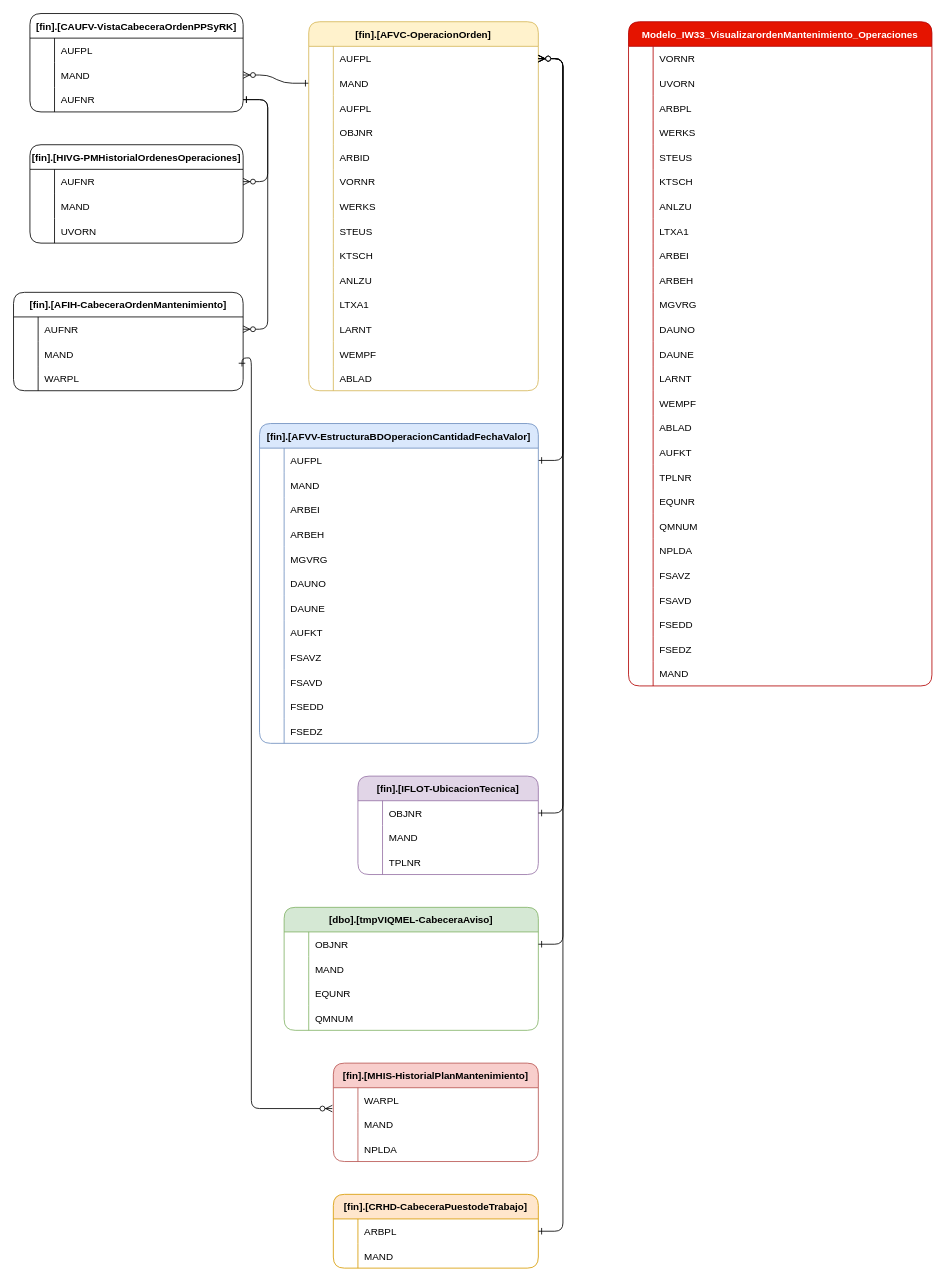
Before: IW33_original.drawio in ale230131/ale230131, a draw.io diagram. Source tidied: cells renumbered, new cells numbered last; positions are measured from the earlier drawing's top-left corner, leaving out a move shared by most shapes. Both pictures are drawn from the tidied source at 82%, with x=0, y=0 at pixel (13, 13).
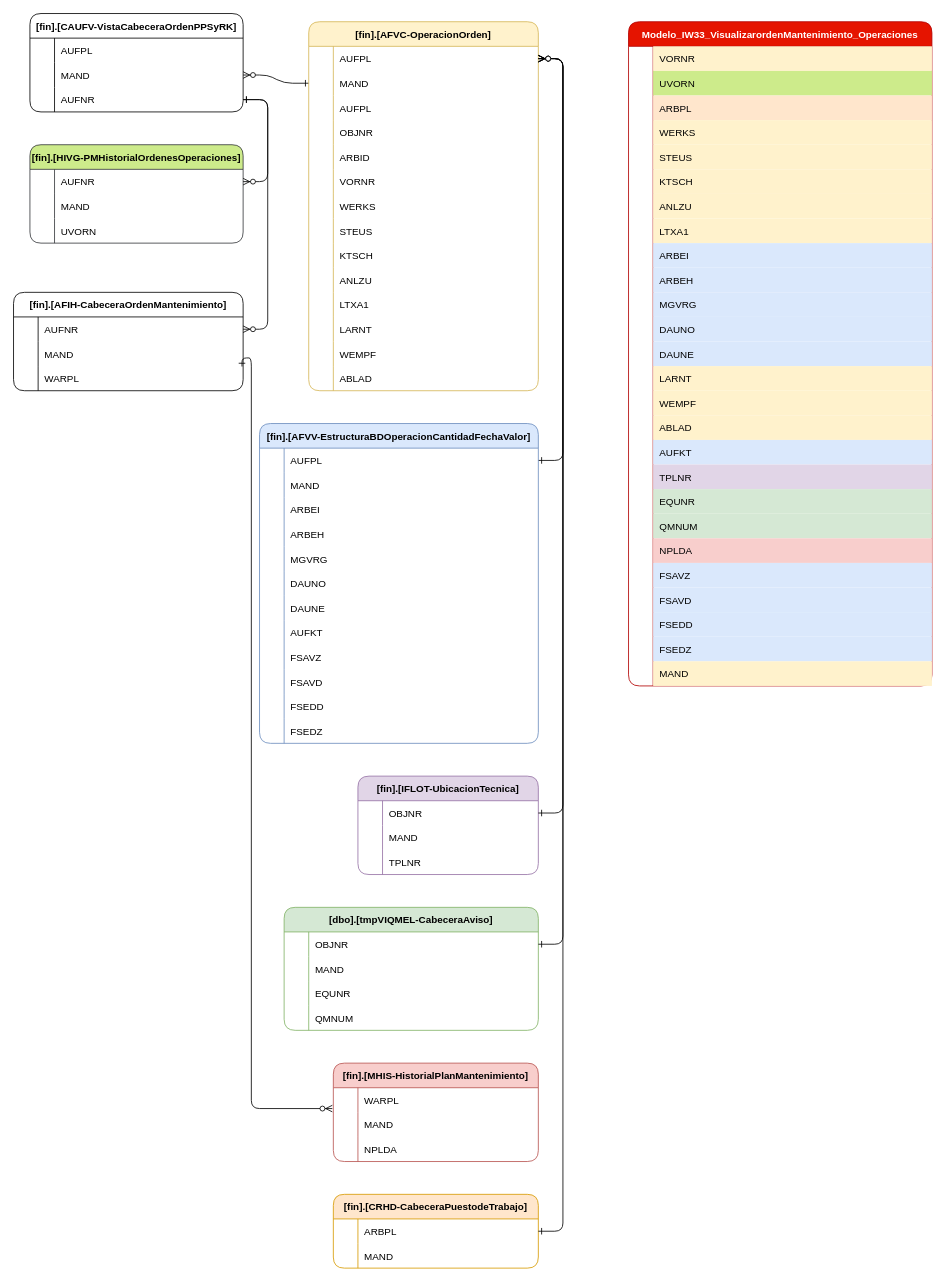
The same page after the edit.

The change refers to these unchanged cells:
```xml
<mxCell id="5" style="shape=tableRow;horizontal=0;startSize=0;swimlaneHead=0;swimlaneBody=0;fillColor=none;strokeColor=inherit;top=0;left=0;right=0;bottom=0;" parent="4" vertex="1">
<mxCell id="8" style="shape=tableRow;horizontal=0;startSize=0;swimlaneHead=0;swimlaneBody=0;fillColor=none;strokeColor=inherit;top=0;left=0;right=0;bottom=0;" parent="4" vertex="1">
<mxCell id="11" style="shape=tableRow;horizontal=0;startSize=0;swimlaneHead=0;swimlaneBody=0;fillColor=none;strokeColor=inherit;top=0;left=0;right=0;bottom=0;" parent="4" vertex="1">
<mxCell id="14" style="shape=tableRow;horizontal=0;startSize=0;swimlaneHead=0;swimlaneBody=0;fillColor=none;strokeColor=inherit;top=0;left=0;right=0;bottom=0;" parent="4" vertex="1">
<mxCell id="17" style="shape=tableRow;horizontal=0;startSize=0;swimlaneHead=0;swimlaneBody=0;fillColor=none;strokeColor=inherit;top=0;left=0;right=0;bottom=0;" parent="4" vertex="1">
<mxCell id="20" style="shape=tableRow;horizontal=0;startSize=0;swimlaneHead=0;swimlaneBody=0;fillColor=none;strokeColor=inherit;top=0;left=0;right=0;bottom=0;" parent="4" vertex="1">
<mxCell id="23" style="shape=tableRow;horizontal=0;startSize=0;swimlaneHead=0;swimlaneBody=0;fillColor=none;strokeColor=inherit;top=0;left=0;right=0;bottom=0;" parent="4" vertex="1">
<mxCell id="26" style="shape=tableRow;horizontal=0;startSize=0;swimlaneHead=0;swimlaneBody=0;fillColor=none;strokeColor=inherit;top=0;left=0;right=0;bottom=0;" parent="4" vertex="1">
<mxCell id="29" style="shape=tableRow;horizontal=0;startSize=0;swimlaneHead=0;swimlaneBody=0;fillColor=none;strokeColor=inherit;top=0;left=0;right=0;bottom=0;" parent="4" vertex="1">
<mxCell id="32" style="shape=tableRow;horizontal=0;startSize=0;swimlaneHead=0;swimlaneBody=0;fillColor=none;strokeColor=inherit;top=0;left=0;right=0;bottom=0;" parent="4" vertex="1">
<mxCell id="35" style="shape=tableRow;horizontal=0;startSize=0;swimlaneHead=0;swimlaneBody=0;fillColor=none;strokeColor=inherit;top=0;left=0;right=0;bottom=0;" parent="4" vertex="1">
<mxCell id="38" style="shape=tableRow;horizontal=0;startSize=0;swimlaneHead=0;swimlaneBody=0;fillColor=none;strokeColor=inherit;top=0;left=0;right=0;bottom=0;" parent="4" vertex="1">
<mxCell id="41" style="shape=tableRow;horizontal=0;startSize=0;swimlaneHead=0;swimlaneBody=0;fillColor=none;strokeColor=inherit;top=0;left=0;right=0;bottom=0;" parent="4" vertex="1">
<mxCell id="44" style="shape=tableRow;horizontal=0;startSize=0;swimlaneHead=0;swimlaneBody=0;fillColor=none;strokeColor=inherit;top=0;left=0;right=0;bottom=0;" parent="4" vertex="1">
<mxCell id="47" style="shape=tableRow;horizontal=0;startSize=0;swimlaneHead=0;swimlaneBody=0;fillColor=none;strokeColor=inherit;top=0;left=0;right=0;bottom=0;" parent="4" vertex="1">
<mxCell id="50" style="shape=tableRow;horizontal=0;startSize=0;swimlaneHead=0;swimlaneBody=0;fillColor=none;strokeColor=inherit;top=0;left=0;right=0;bottom=0;" parent="4" vertex="1">
<mxCell id="53" style="shape=tableRow;horizontal=0;startSize=0;swimlaneHead=0;swimlaneBody=0;fillColor=none;strokeColor=inherit;top=0;left=0;right=0;bottom=0;" parent="4" vertex="1">
<mxCell id="56" style="shape=tableRow;horizontal=0;startSize=0;swimlaneHead=0;swimlaneBody=0;fillColor=none;strokeColor=inherit;top=0;left=0;right=0;bottom=0;" parent="4" vertex="1">
<mxCell id="59" style="shape=tableRow;horizontal=0;startSize=0;swimlaneHead=0;swimlaneBody=0;fillColor=none;strokeColor=inherit;top=0;left=0;right=0;bottom=0;" parent="4" vertex="1">
<mxCell id="62" style="shape=tableRow;horizontal=0;startSize=0;swimlaneHead=0;swimlaneBody=0;fillColor=none;strokeColor=inherit;top=0;left=0;right=0;bottom=0;" parent="4" vertex="1">
<mxCell id="65" style="shape=tableRow;horizontal=0;startSize=0;swimlaneHead=0;swimlaneBody=0;fillColor=none;strokeColor=inherit;top=0;left=0;right=0;bottom=0;" parent="4" vertex="1">
<mxCell id="68" style="shape=tableRow;horizontal=0;startSize=0;swimlaneHead=0;swimlaneBody=0;fillColor=none;strokeColor=inherit;top=0;left=0;right=0;bottom=0;" parent="4" vertex="1">
<mxCell id="71" style="shape=tableRow;horizontal=0;startSize=0;swimlaneHead=0;swimlaneBody=0;fillColor=none;strokeColor=inherit;top=0;left=0;right=0;bottom=0;" parent="4" vertex="1">
<mxCell id="74" style="shape=tableRow;horizontal=0;startSize=0;swimlaneHead=0;swimlaneBody=0;fillColor=none;strokeColor=inherit;top=0;left=0;right=0;bottom=0;" parent="4" vertex="1">
<mxCell id="77" style="shape=tableRow;horizontal=0;startSize=0;swimlaneHead=0;swimlaneBody=0;fillColor=none;strokeColor=inherit;top=0;left=0;right=0;bottom=0;" parent="4" vertex="1">
<mxCell id="80" style="shape=tableRow;horizontal=0;startSize=0;swimlaneHead=0;swimlaneBody=0;fillColor=none;strokeColor=inherit;top=0;left=0;right=0;bottom=0;" parent="4" vertex="1">
```

The edit, as a diff of the source:
```diff
@@
-    <mxCell id="7" value="VORNR" style="shape=partialRectangle;overflow=hidden;fillColor=none;align=left;strokeColor=inherit;top=0;left=0;bottom=0;right=0;spacingLeft=6;" parent="5" vertex="1">
+    <mxCell id="7" value="VORNR" style="shape=partialRectangle;overflow=hidden;fillColor=#fff2cc;align=left;strokeColor=#d6b656;top=0;left=0;bottom=0;right=0;spacingLeft=6;" parent="5" vertex="1">
       <mxGeometry x="30" width="340" height="30" as="geometry" />
     </mxCell>
@@
-    <mxCell id="10" value="UVORN" style="shape=partialRectangle;overflow=hidden;fillColor=none;align=left;strokeColor=inherit;top=0;left=0;bottom=0;right=0;spacingLeft=6;" parent="8" vertex="1">
+    <mxCell id="10" value="UVORN" style="shape=partialRectangle;overflow=hidden;fillColor=#cdeb8b;align=left;strokeColor=#36393d;top=0;left=0;bottom=0;right=0;spacingLeft=6;" parent="8" vertex="1">
       <mxGeometry x="30" width="340" height="30" as="geometry" />
     </mxCell>
@@
-    <mxCell id="13" value="ARBPL" style="shape=partialRectangle;overflow=hidden;fillColor=none;align=left;strokeColor=inherit;top=0;left=0;bottom=0;right=0;spacingLeft=6;" parent="11" vertex="1">
+    <mxCell id="13" value="ARBPL" style="shape=partialRectangle;overflow=hidden;fillColor=#ffe6cc;align=left;strokeColor=#d79b00;top=0;left=0;bottom=0;right=0;spacingLeft=6;" parent="11" vertex="1">
       <mxGeometry x="30" width="340" height="30" as="geometry" />
     </mxCell>
@@
-    <mxCell id="16" value="WERKS" style="shape=partialRectangle;overflow=hidden;fillColor=none;align=left;strokeColor=inherit;top=0;left=0;bottom=0;right=0;spacingLeft=6;" parent="14" vertex="1">
+    <mxCell id="16" value="WERKS" style="shape=partialRectangle;overflow=hidden;fillColor=#fff2cc;align=left;strokeColor=#d6b656;top=0;left=0;bottom=0;right=0;spacingLeft=6;" parent="14" vertex="1">
       <mxGeometry x="30" width="340" height="30" as="geometry" />
     </mxCell>
@@
-    <mxCell id="19" value="STEUS" style="shape=partialRectangle;overflow=hidden;fillColor=none;align=left;strokeColor=inherit;top=0;left=0;bottom=0;right=0;spacingLeft=6;" parent="17" vertex="1">
+    <mxCell id="19" value="STEUS" style="shape=partialRectangle;overflow=hidden;fillColor=#fff2cc;align=left;strokeColor=#d6b656;top=0;left=0;bottom=0;right=0;spacingLeft=6;" parent="17" vertex="1">
       <mxGeometry x="30" width="340" height="30" as="geometry" />
     </mxCell>
@@
-    <mxCell id="22" value="KTSCH" style="shape=partialRectangle;overflow=hidden;fillColor=none;align=left;strokeColor=inherit;top=0;left=0;bottom=0;right=0;spacingLeft=6;" parent="20" vertex="1">
+    <mxCell id="22" value="KTSCH" style="shape=partialRectangle;overflow=hidden;fillColor=#fff2cc;align=left;strokeColor=#d6b656;top=0;left=0;bottom=0;right=0;spacingLeft=6;" parent="20" vertex="1">
       <mxGeometry x="30" width="340" height="30" as="geometry" />
     </mxCell>
@@
-    <mxCell id="25" value="ANLZU" style="shape=partialRectangle;overflow=hidden;fillColor=none;align=left;strokeColor=inherit;top=0;left=0;bottom=0;right=0;spacingLeft=6;" parent="23" vertex="1">
+    <mxCell id="25" value="ANLZU" style="shape=partialRectangle;overflow=hidden;fillColor=#fff2cc;align=left;strokeColor=#d6b656;top=0;left=0;bottom=0;right=0;spacingLeft=6;" parent="23" vertex="1">
       <mxGeometry x="30" width="340" height="30" as="geometry" />
     </mxCell>
@@
-    <mxCell id="28" value="LTXA1" style="shape=partialRectangle;overflow=hidden;fillColor=none;align=left;strokeColor=inherit;top=0;left=0;bottom=0;right=0;spacingLeft=6;" parent="26" vertex="1">
+    <mxCell id="28" value="LTXA1" style="shape=partialRectangle;overflow=hidden;fillColor=#fff2cc;align=left;strokeColor=#d6b656;top=0;left=0;bottom=0;right=0;spacingLeft=6;" parent="26" vertex="1">
       <mxGeometry x="30" width="340" height="30" as="geometry" />
     </mxCell>
@@
-    <mxCell id="31" value="ARBEI" style="shape=partialRectangle;overflow=hidden;fillColor=none;align=left;strokeColor=inherit;top=0;left=0;bottom=0;right=0;spacingLeft=6;" parent="29" vertex="1">
+    <mxCell id="31" value="ARBEI" style="shape=partialRectangle;overflow=hidden;fillColor=#dae8fc;align=left;strokeColor=#6c8ebf;top=0;left=0;bottom=0;right=0;spacingLeft=6;" parent="29" vertex="1">
       <mxGeometry x="30" width="340" height="30" as="geometry" />
     </mxCell>
@@
-    <mxCell id="34" value="ARBEH" style="shape=partialRectangle;overflow=hidden;fillColor=none;align=left;strokeColor=inherit;top=0;left=0;bottom=0;right=0;spacingLeft=6;" parent="32" vertex="1">
+    <mxCell id="34" value="ARBEH" style="shape=partialRectangle;overflow=hidden;fillColor=#dae8fc;align=left;strokeColor=#6c8ebf;top=0;left=0;bottom=0;right=0;spacingLeft=6;" parent="32" vertex="1">
       <mxGeometry x="30" width="340" height="30" as="geometry" />
     </mxCell>
@@
-    <mxCell id="37" value="MGVRG" style="shape=partialRectangle;overflow=hidden;fillColor=none;align=left;strokeColor=inherit;top=0;left=0;bottom=0;right=0;spacingLeft=6;" parent="35" vertex="1">
+    <mxCell id="37" value="MGVRG" style="shape=partialRectangle;overflow=hidden;fillColor=#dae8fc;align=left;strokeColor=#6c8ebf;top=0;left=0;bottom=0;right=0;spacingLeft=6;" parent="35" vertex="1">
       <mxGeometry x="30" width="340" height="30" as="geometry" />
     </mxCell>
@@
-    <mxCell id="40" value="DAUNO" style="shape=partialRectangle;overflow=hidden;fillColor=none;align=left;strokeColor=inherit;top=0;left=0;bottom=0;right=0;spacingLeft=6;" parent="38" vertex="1">
+    <mxCell id="40" value="DAUNO" style="shape=partialRectangle;overflow=hidden;fillColor=#dae8fc;align=left;strokeColor=#6c8ebf;top=0;left=0;bottom=0;right=0;spacingLeft=6;" parent="38" vertex="1">
       <mxGeometry x="30" width="340" height="30" as="geometry" />
     </mxCell>
@@
-    <mxCell id="43" value="DAUNE" style="shape=partialRectangle;overflow=hidden;fillColor=none;align=left;strokeColor=inherit;top=0;left=0;bottom=0;right=0;spacingLeft=6;" parent="41" vertex="1">
+    <mxCell id="43" value="DAUNE" style="shape=partialRectangle;overflow=hidden;fillColor=#dae8fc;align=left;strokeColor=#6c8ebf;top=0;left=0;bottom=0;right=0;spacingLeft=6;" parent="41" vertex="1">
       <mxGeometry x="30" width="340" height="30" as="geometry" />
     </mxCell>
@@
-    <mxCell id="46" value="LARNT" style="shape=partialRectangle;overflow=hidden;fillColor=none;align=left;strokeColor=inherit;top=0;left=0;bottom=0;right=0;spacingLeft=6;" parent="44" vertex="1">
+    <mxCell id="46" value="LARNT" style="shape=partialRectangle;overflow=hidden;fillColor=#fff2cc;align=left;strokeColor=#d6b656;top=0;left=0;bottom=0;right=0;spacingLeft=6;" parent="44" vertex="1">
       <mxGeometry x="30" width="340" height="30" as="geometry" />
     </mxCell>
@@
-    <mxCell id="49" value="WEMPF" style="shape=partialRectangle;overflow=hidden;fillColor=none;align=left;strokeColor=inherit;top=0;left=0;bottom=0;right=0;spacingLeft=6;" parent="47" vertex="1">
+    <mxCell id="49" value="WEMPF" style="shape=partialRectangle;overflow=hidden;fillColor=#fff2cc;align=left;strokeColor=#d6b656;top=0;left=0;bottom=0;right=0;spacingLeft=6;" parent="47" vertex="1">
       <mxGeometry x="30" width="340" height="30" as="geometry" />
     </mxCell>
@@
-    <mxCell id="52" value="ABLAD" style="shape=partialRectangle;overflow=hidden;fillColor=none;align=left;strokeColor=inherit;top=0;left=0;bottom=0;right=0;spacingLeft=6;" parent="50" vertex="1">
+    <mxCell id="52" value="ABLAD" style="shape=partialRectangle;overflow=hidden;fillColor=#fff2cc;align=left;strokeColor=#d6b656;top=0;left=0;bottom=0;right=0;spacingLeft=6;" parent="50" vertex="1">
       <mxGeometry x="30" width="340" height="30" as="geometry" />
     </mxCell>
@@
-    <mxCell id="55" value="AUFKT" style="shape=partialRectangle;overflow=hidden;fillColor=none;align=left;strokeColor=inherit;top=0;left=0;bottom=0;right=0;spacingLeft=6;" parent="53" vertex="1">
+    <mxCell id="55" value="AUFKT" style="shape=partialRectangle;overflow=hidden;fillColor=#dae8fc;align=left;strokeColor=#6c8ebf;top=0;left=0;bottom=0;right=0;spacingLeft=6;" parent="53" vertex="1">
       <mxGeometry x="30" width="340" height="30" as="geometry" />
     </mxCell>
@@
-    <mxCell id="58" value="TPLNR" style="shape=partialRectangle;overflow=hidden;fillColor=none;align=left;strokeColor=inherit;top=0;left=0;bottom=0;right=0;spacingLeft=6;" parent="56" vertex="1">
+    <mxCell id="58" value="TPLNR" style="shape=partialRectangle;overflow=hidden;fillColor=#e1d5e7;align=left;strokeColor=#9673a6;top=0;left=0;bottom=0;right=0;spacingLeft=6;" parent="56" vertex="1">
       <mxGeometry x="30" width="340" height="30" as="geometry" />
     </mxCell>
@@
-    <mxCell id="61" value="EQUNR" style="shape=partialRectangle;overflow=hidden;fillColor=none;align=left;strokeColor=inherit;top=0;left=0;bottom=0;right=0;spacingLeft=6;" parent="59" vertex="1">
+    <mxCell id="61" value="EQUNR" style="shape=partialRectangle;overflow=hidden;fillColor=#d5e8d4;align=left;strokeColor=#82b366;top=0;left=0;bottom=0;right=0;spacingLeft=6;" parent="59" vertex="1">
       <mxGeometry x="30" width="340" height="30" as="geometry" />
     </mxCell>
@@
-    <mxCell id="64" value="QMNUM" style="shape=partialRectangle;overflow=hidden;fillColor=none;align=left;strokeColor=inherit;top=0;left=0;bottom=0;right=0;spacingLeft=6;" parent="62" vertex="1">
+    <mxCell id="64" value="QMNUM" style="shape=partialRectangle;overflow=hidden;fillColor=#d5e8d4;align=left;strokeColor=#82b366;top=0;left=0;bottom=0;right=0;spacingLeft=6;" parent="62" vertex="1">
       <mxGeometry x="30" width="340" height="30" as="geometry" />
     </mxCell>
@@
-    <mxCell id="67" value="NPLDA" style="shape=partialRectangle;overflow=hidden;fillColor=none;align=left;strokeColor=inherit;top=0;left=0;bottom=0;right=0;spacingLeft=6;" parent="65" vertex="1">
+    <mxCell id="67" value="NPLDA" style="shape=partialRectangle;overflow=hidden;fillColor=#f8cecc;align=left;strokeColor=#b85450;top=0;left=0;bottom=0;right=0;spacingLeft=6;" parent="65" vertex="1">
       <mxGeometry x="30" width="340" height="30" as="geometry" />
     </mxCell>
@@
-    <mxCell id="70" value="FSAVZ" style="shape=partialRectangle;overflow=hidden;fillColor=none;align=left;strokeColor=inherit;top=0;left=0;bottom=0;right=0;spacingLeft=6;" parent="68" vertex="1">
+    <mxCell id="70" value="FSAVZ" style="shape=partialRectangle;overflow=hidden;fillColor=#dae8fc;align=left;strokeColor=#6c8ebf;top=0;left=0;bottom=0;right=0;spacingLeft=6;" parent="68" vertex="1">
       <mxGeometry x="30" width="340" height="30" as="geometry" />
     </mxCell>
@@
-    <mxCell id="73" value="FSAVD" style="shape=partialRectangle;overflow=hidden;fillColor=none;align=left;strokeColor=inherit;top=0;left=0;bottom=0;right=0;spacingLeft=6;" parent="71" vertex="1">
+    <mxCell id="73" value="FSAVD" style="shape=partialRectangle;overflow=hidden;fillColor=#dae8fc;align=left;strokeColor=#6c8ebf;top=0;left=0;bottom=0;right=0;spacingLeft=6;" parent="71" vertex="1">
       <mxGeometry x="30" width="340" height="30" as="geometry" />
     </mxCell>
@@
-    <mxCell id="76" value="FSEDD" style="shape=partialRectangle;overflow=hidden;fillColor=none;align=left;strokeColor=inherit;top=0;left=0;bottom=0;right=0;spacingLeft=6;" parent="74" vertex="1">
+    <mxCell id="76" value="FSEDD" style="shape=partialRectangle;overflow=hidden;fillColor=#dae8fc;align=left;strokeColor=#6c8ebf;top=0;left=0;bottom=0;right=0;spacingLeft=6;" parent="74" vertex="1">
       <mxGeometry x="30" width="340" height="30" as="geometry" />
     </mxCell>
@@
-    <mxCell id="79" value="FSEDZ" style="shape=partialRectangle;overflow=hidden;fillColor=none;align=left;strokeColor=inherit;top=0;left=0;bottom=0;right=0;spacingLeft=6;" parent="77" vertex="1">
+    <mxCell id="79" value="FSEDZ" style="shape=partialRectangle;overflow=hidden;fillColor=#dae8fc;align=left;strokeColor=#6c8ebf;top=0;left=0;bottom=0;right=0;spacingLeft=6;" parent="77" vertex="1">
       <mxGeometry x="30" width="340" height="30" as="geometry" />
     </mxCell>
@@
-    <mxCell id="82" value="MAND" style="shape=partialRectangle;overflow=hidden;fillColor=none;align=left;strokeColor=inherit;top=0;left=0;bottom=0;right=0;spacingLeft=6;" parent="80" vertex="1">
+    <mxCell id="82" value="MAND" style="shape=partialRectangle;overflow=hidden;fillColor=#fff2cc;align=left;strokeColor=#d6b656;top=0;left=0;bottom=0;right=0;spacingLeft=6;" parent="80" vertex="1">
       <mxGeometry x="30" width="340" height="30" as="geometry" />
     </mxCell>
@@
-    <mxCell id="136" value="[fin].[HIVG-PMHistorialOrdenesOperaciones]" style="shape=table;startSize=30;childLayout=tableLayout;rowLines=0;fontStyle=1;align=center;rounded=1;" parent="1" vertex="1">
+    <mxCell id="136" value="[fin].[HIVG-PMHistorialOrdenesOperaciones]" style="shape=table;startSize=30;childLayout=tableLayout;rowLines=0;fontStyle=1;align=center;rounded=1;fillColor=#cdeb8b;strokeColor=#36393d;" parent="1" vertex="1">
       <mxGeometry x="20" y="160" width="260" height="120" as="geometry" />
     </mxCell>
```
